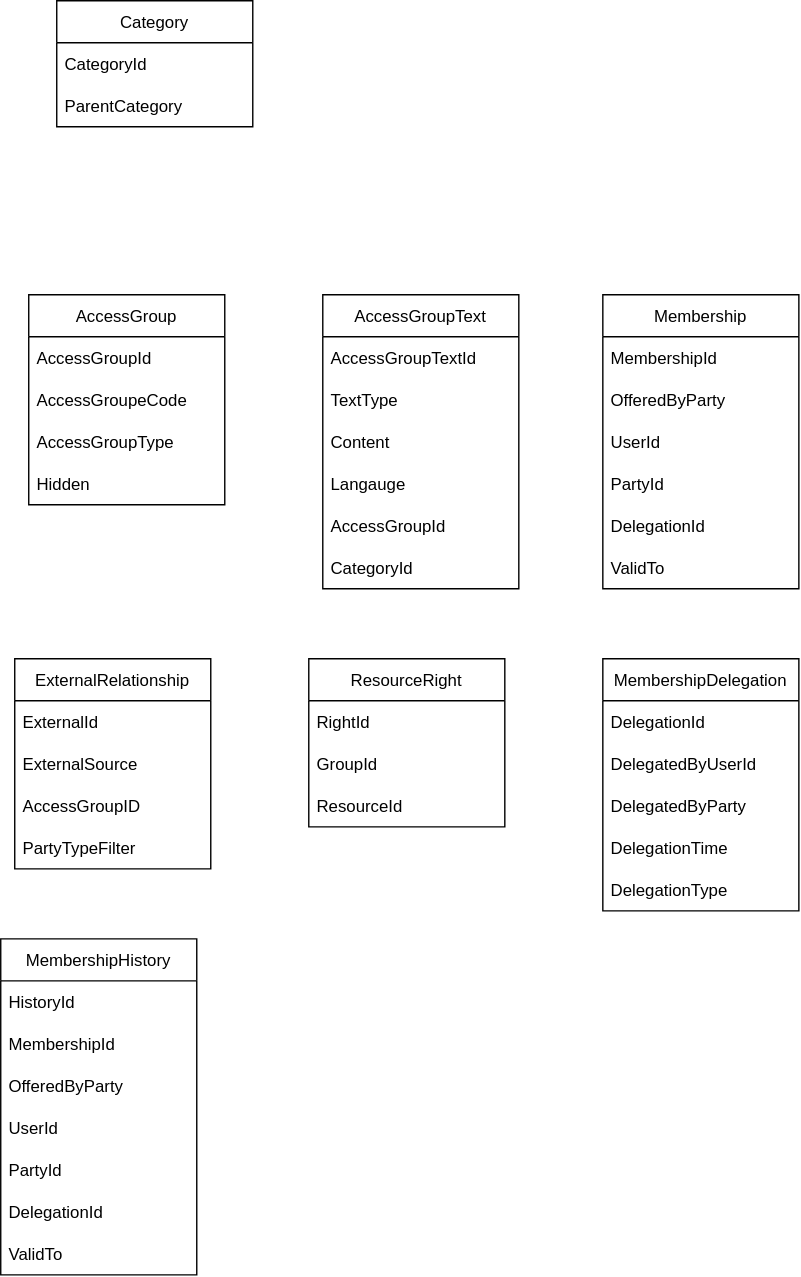
The draw.io diagram content/technology/architecture/components/application/solution/altinn-platform/authorization/accessgroups/dbmodel.drawio.svg in Altinn/altinn-studio-docs, before a commit. Source tidied: cells renumbered, new cells last; positions are measured from the earlier drawing's top-left corner, leaving out a move shared by most shapes.
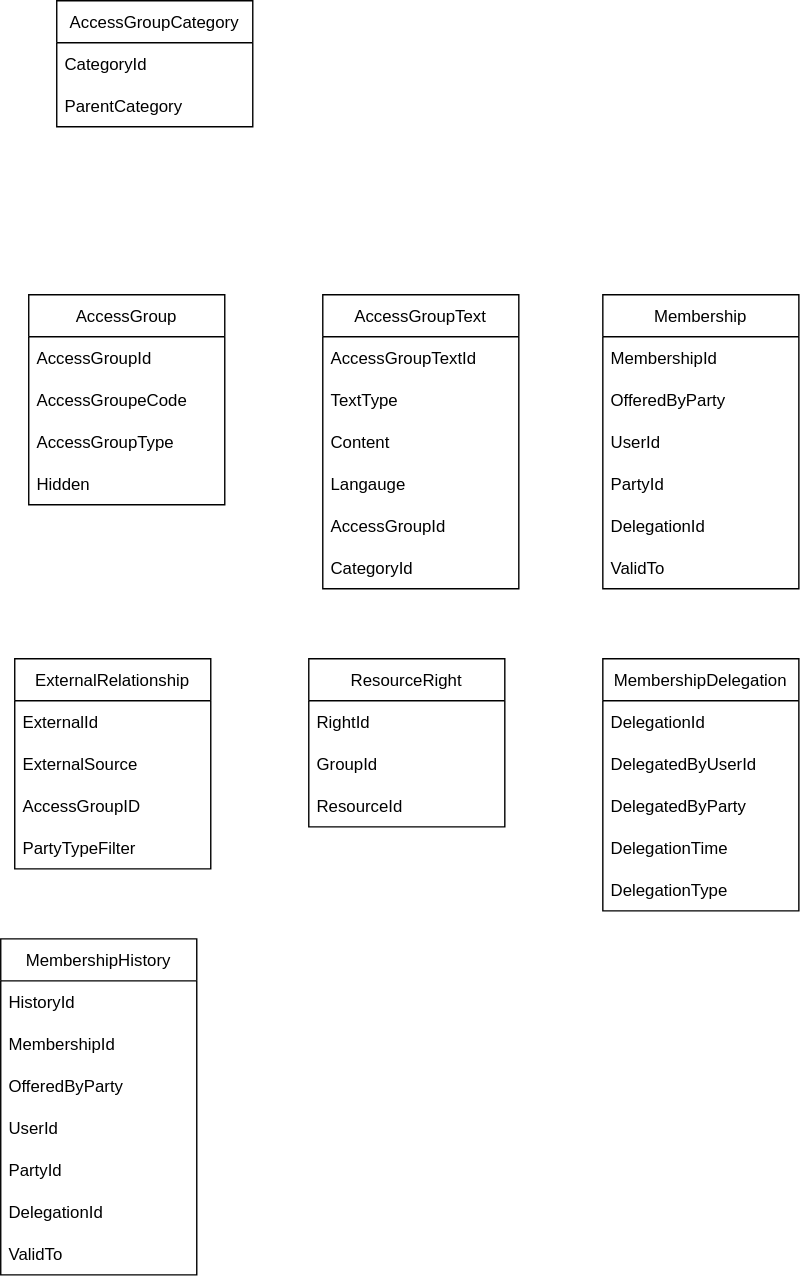
After the commit.

The edit, as a diff of the source:
```diff
@@ -128,7 +128,7 @@
     <mxCell id="43" value="ValidTo" style="text;strokeColor=none;fillColor=none;align=left;verticalAlign=middle;spacingLeft=4;spacingRight=4;overflow=hidden;" parent="36" vertex="1">
       <mxGeometry y="210" width="140" height="30" as="geometry" />
     </mxCell>
-    <mxCell id="44" value="Category" style="swimlane;fontStyle=0;horizontal=1;startSize=30;" parent="1" vertex="1">
+    <mxCell id="44" value="AccessGroupCategory" style="swimlane;fontStyle=0;horizontal=1;startSize=30;" parent="1" vertex="1">
       <mxGeometry x="40" width="140" height="90" as="geometry" />
     </mxCell>
     <mxCell id="45" value="CategoryId" style="text;strokeColor=none;fillColor=none;align=left;verticalAlign=middle;spacingLeft=4;spacingRight=4;overflow=hidden;" parent="44" vertex="1">
```
